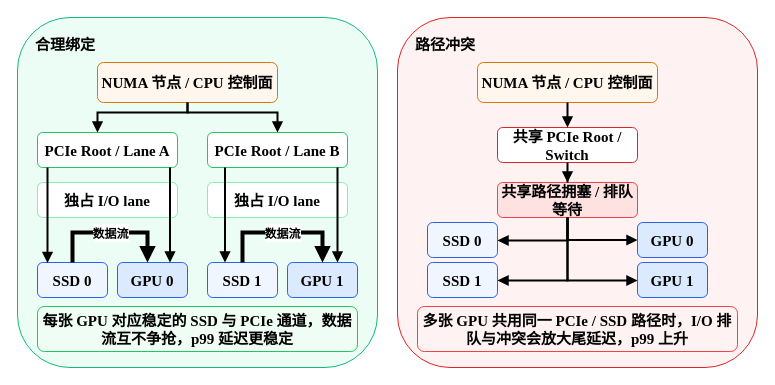
Before: figures/fig5_3_topology_aware_io_lane.drawio in HuangEven/latex-template, a draw.io diagram. Source tidied: cells renumbered, new cells numbered last; positions are measured from the earlier drawing's top-left corner, leaving out a move shared by most shapes. Both pictures are drawn from the tidied source at 100%, with x=0, y=0 at pixel (17, 17).
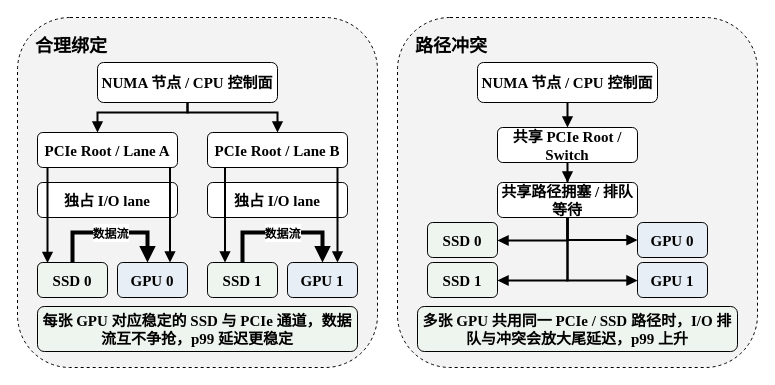
The same page after the edit.

Change to the diagram source:
```diff
@@
-    <mxCell id="2" value="合理绑定" style="rounded=1;whiteSpace=wrap;html=1;fillColor=#ECFDF5;strokeColor=#10B981;fontStyle=1;fontSize=15;align=left;spacingLeft=16;verticalAlign=top;spacingTop=12;fontColor=#000000;fontFamily=Times New Roman;" parent="1" vertex="1">
+    <mxCell id="2" value="&lt;font style=&quot;font-size: 18px;&quot;&gt;合理绑定&lt;/font&gt;" style="rounded=1;whiteSpace=wrap;html=1;fillColor=#F3F3F3;strokeColor=#000000;fontStyle=1;fontSize=15;align=left;spacingLeft=16;verticalAlign=top;spacingTop=12;fontColor=#000000;fontFamily=Times New Roman;dashed=1;" parent="1" vertex="1">
       <mxGeometry width="360" height="350" as="geometry" />
     </mxCell>
-    <mxCell id="3" value="路径冲突" style="rounded=1;whiteSpace=wrap;html=1;fillColor=#FEF2F2;strokeColor=#DC2626;fontStyle=1;fontSize=15;align=left;spacingLeft=16;verticalAlign=top;spacingTop=12;fontColor=#000000;fontFamily=Times New Roman;" parent="1" vertex="1">
+    <mxCell id="3" value="&lt;font style=&quot;font-size: 18px;&quot;&gt;路径冲突&lt;/font&gt;" style="rounded=1;whiteSpace=wrap;html=1;fillColor=#F3F3F3;strokeColor=#000000;fontStyle=1;fontSize=15;align=left;spacingLeft=16;verticalAlign=top;spacingTop=12;fontColor=#000000;fontFamily=Times New Roman;dashed=1;" parent="1" vertex="1">
       <mxGeometry x="380" width="360" height="350" as="geometry" />
     </mxCell>
-    <mxCell id="4" value="NUMA 节点 / CPU 控制面" style="rounded=1;whiteSpace=wrap;html=1;fillColor=#FFF7ED;strokeColor=#D97706;fontStyle=1;fontSize=15;fontColor=#000000;fontFamily=Times New Roman;" parent="1" vertex="1">
+    <mxCell id="4" value="NUMA 节点 / CPU 控制面" style="rounded=1;whiteSpace=wrap;html=1;fontStyle=1;fontSize=15;fontFamily=Times New Roman;" parent="1" vertex="1">
       <mxGeometry x="80" y="45" width="180" height="40" as="geometry" />
     </mxCell>
-    <mxCell id="5" value="PCIe Root / Lane A" style="rounded=1;whiteSpace=wrap;html=1;fillColor=#FFFFFF;strokeColor=#22C55E;fontStyle=1;fontSize=15;fontColor=#000000;fontFamily=Times New Roman;" parent="1" vertex="1">
+    <mxCell id="5" value="PCIe Root / Lane A" style="rounded=1;whiteSpace=wrap;html=1;fillColor=#FFFFFF;strokeColor=#000000;fontStyle=1;fontSize=15;fontColor=#000000;fontFamily=Times New Roman;" parent="1" vertex="1">
       <mxGeometry x="20" y="115" width="140" height="35" as="geometry" />
     </mxCell>
-    <mxCell id="6" value="PCIe Root / Lane B" style="rounded=1;whiteSpace=wrap;html=1;fillColor=#FFFFFF;strokeColor=#22C55E;fontStyle=1;fontSize=15;fontColor=#000000;fontFamily=Times New Roman;" parent="1" vertex="1">
+    <mxCell id="6" value="PCIe Root / Lane B" style="rounded=1;whiteSpace=wrap;html=1;fillColor=#FFFFFF;strokeColor=#000000;fontStyle=1;fontSize=15;fontColor=#000000;fontFamily=Times New Roman;" parent="1" vertex="1">
       <mxGeometry x="190" y="115" width="140" height="35" as="geometry" />
     </mxCell>
-    <mxCell id="7" value="SSD 0" style="rounded=1;whiteSpace=wrap;html=1;fillColor=#EFF6FF;strokeColor=#2563EB;fontSize=15;fontStyle=1;fontColor=#000000;fontFamily=Times New Roman;" parent="1" vertex="1">
+    <mxCell id="7" value="SSD 0" style="rounded=1;whiteSpace=wrap;html=1;fillColor=#EEF5EE;strokeColor=#000000;fontSize=15;fontStyle=1;fontColor=#000000;fontFamily=Times New Roman;" parent="1" vertex="1">
       <mxGeometry x="20" y="245" width="70" height="35" as="geometry" />
     </mxCell>
-    <mxCell id="8" value="GPU 0" style="rounded=1;whiteSpace=wrap;html=1;fillColor=#DBEAFE;strokeColor=#2563EB;fontSize=15;fontStyle=1;fontColor=#000000;fontFamily=Times New Roman;" parent="1" vertex="1">
+    <mxCell id="8" value="GPU 0" style="rounded=1;whiteSpace=wrap;html=1;fillColor=#E8EEF5;strokeColor=#000000;fontSize=15;fontStyle=1;fontColor=#000000;fontFamily=Times New Roman;" parent="1" vertex="1">
       <mxGeometry x="100" y="245" width="70" height="35" as="geometry" />
     </mxCell>
-    <mxCell id="9" value="SSD 1" style="rounded=1;whiteSpace=wrap;html=1;fillColor=#EFF6FF;strokeColor=#2563EB;fontSize=15;fontStyle=1;fontColor=#000000;fontFamily=Times New Roman;" parent="1" vertex="1">
+    <mxCell id="9" value="SSD 1" style="rounded=1;whiteSpace=wrap;html=1;fillColor=#EEF5EE;strokeColor=#000000;fontSize=15;fontStyle=1;fontColor=#000000;fontFamily=Times New Roman;" parent="1" vertex="1">
       <mxGeometry x="190" y="245" width="70" height="35" as="geometry" />
     </mxCell>
-    <mxCell id="10" value="GPU 1" style="rounded=1;whiteSpace=wrap;html=1;fillColor=#DBEAFE;strokeColor=#2563EB;fontSize=15;fontStyle=1;rotation=0;fontColor=#000000;fontFamily=Times New Roman;" parent="1" vertex="1">
+    <mxCell id="10" value="GPU 1" style="rounded=1;whiteSpace=wrap;html=1;fillColor=#E8EEF5;strokeColor=#000000;fontSize=15;fontStyle=1;rotation=0;fontColor=#000000;fontFamily=Times New Roman;" parent="1" vertex="1">
       <mxGeometry x="270" y="245" width="70" height="35" as="geometry" />
     </mxCell>
-    <mxCell id="11" value="独占 I/O lane" style="rounded=1;whiteSpace=wrap;html=1;fillColor=#FFFFFF;strokeColor=#86EFAC;fontSize=15;fontColor=#000000;fontStyle=1;fontFamily=Times New Roman;" parent="1" vertex="1">
+    <mxCell id="11" value="独占 I/O lane" style="rounded=1;whiteSpace=wrap;html=1;fontSize=15;fontStyle=1;fontFamily=Times New Roman;" parent="1" vertex="1">
       <mxGeometry x="20" y="165" width="140" height="35" as="geometry" />
     </mxCell>
-    <mxCell id="12" value="独占 I/O lane" style="rounded=1;whiteSpace=wrap;html=1;fillColor=#FFFFFF;strokeColor=#86EFAC;fontSize=15;fontColor=#000000;fontStyle=1;fontFamily=Times New Roman;" parent="1" vertex="1">
+    <mxCell id="12" value="独占 I/O lane" style="rounded=1;whiteSpace=wrap;html=1;fontSize=15;fontStyle=1;fontFamily=Times New Roman;" parent="1" vertex="1">
       <mxGeometry x="190" y="165" width="140" height="35" as="geometry" />
     </mxCell>
-    <mxCell id="13" value="每张 GPU 对应稳定的 SSD 与 PCIe 通道，数据流互不争抢，p99 延迟更稳定" style="rounded=1;whiteSpace=wrap;html=1;fillColor=#F0FDF4;strokeColor=#22C55E;fontSize=15;fontStyle=1;fontColor=#000000;rotation=0;fontFamily=Times New Roman;" parent="1" vertex="1">
+    <mxCell id="13" value="每张 GPU 对应稳定的 SSD 与 PCIe 通道，数据流互不争抢，p99 延迟更稳定" style="rounded=1;whiteSpace=wrap;html=1;fillColor=#EEF5EE;strokeColor=#000000;fontSize=15;fontStyle=1;fontColor=#000000;rotation=0;fontFamily=Times New Roman;" parent="1" vertex="1">
       <mxGeometry x="20" y="289" width="320" height="45" as="geometry" />
     </mxCell>
-    <mxCell id="14" value="NUMA 节点 / CPU 控制面" style="rounded=1;whiteSpace=wrap;html=1;fillColor=#FFF7ED;strokeColor=#D97706;fontStyle=1;fontSize=15;rotation=0;fontColor=#000000;fontFamily=Times New Roman;" parent="1" vertex="1">
+    <mxCell id="14" value="NUMA 节点 / CPU 控制面" style="rounded=1;whiteSpace=wrap;html=1;fontStyle=1;fontSize=15;rotation=0;fontFamily=Times New Roman;" parent="1" vertex="1">
       <mxGeometry x="460" y="45" width="180" height="40" as="geometry" />
     </mxCell>
-    <mxCell id="15" value="共享 PCIe Root / Switch" style="rounded=1;whiteSpace=wrap;html=1;fillColor=#FFFFFF;strokeColor=#DC2626;fontStyle=1;fontSize=15;fontColor=#000000;fontFamily=Times New Roman;" parent="1" vertex="1">
+    <mxCell id="15" value="共享 PCIe Root / Switch" style="rounded=1;whiteSpace=wrap;html=1;fillColor=#FFFFFF;strokeColor=#000000;fontStyle=1;fontSize=15;fontColor=#000000;fontFamily=Times New Roman;" parent="1" vertex="1">
       <mxGeometry x="480" y="110" width="140" height="35" as="geometry" />
     </mxCell>
@@
-    <mxCell id="17" value="共享路径拥塞 / 排队等待" style="rounded=1;whiteSpace=wrap;html=1;fillColor=#FEE2E2;strokeColor=#EF4444;fontStyle=1;fontSize=15;fontColor=#000000;fontFamily=Times New Roman;" parent="1" vertex="1">
+    <mxCell id="17" value="共享路径拥塞 / 排队等待" style="rounded=1;whiteSpace=wrap;html=1;fillColor=#FFFFFF;strokeColor=#000000;fontStyle=1;fontSize=15;fontColor=#000000;fontFamily=Times New Roman;" parent="1" vertex="1">
       <mxGeometry x="480" y="165" width="140" height="35" as="geometry" />
     </mxCell>
-    <mxCell id="18" value="SSD 0" style="rounded=1;whiteSpace=wrap;html=1;fillColor=#EFF6FF;strokeColor=#2563EB;fontSize=15;fontStyle=1;fontColor=#000000;fontFamily=Times New Roman;" parent="1" vertex="1">
+    <mxCell id="18" value="SSD 0" style="rounded=1;whiteSpace=wrap;html=1;fillColor=#EEF5EE;strokeColor=#000000;fontSize=15;fontStyle=1;fontColor=#000000;fontFamily=Times New Roman;" parent="1" vertex="1">
       <mxGeometry x="410" y="205" width="70" height="35" as="geometry" />
     </mxCell>
-    <mxCell id="19" value="SSD 1" style="rounded=1;whiteSpace=wrap;html=1;fillColor=#EFF6FF;strokeColor=#2563EB;fontSize=15;fontStyle=1;fontColor=#000000;fontFamily=Times New Roman;" parent="1" vertex="1">
+    <mxCell id="19" value="SSD 1" style="rounded=1;whiteSpace=wrap;html=1;fillColor=#EEF5EE;strokeColor=#000000;fontSize=15;fontStyle=1;fontColor=#000000;fontFamily=Times New Roman;" parent="1" vertex="1">
       <mxGeometry x="410" y="245" width="70" height="35" as="geometry" />
     </mxCell>
-    <mxCell id="20" value="GPU 0" style="rounded=1;whiteSpace=wrap;html=1;fillColor=#DBEAFE;strokeColor=#2563EB;fontSize=15;fontStyle=1;fontColor=#000000;fontFamily=Times New Roman;" parent="1" vertex="1">
+    <mxCell id="20" value="GPU 0" style="rounded=1;whiteSpace=wrap;html=1;fillColor=#E8EEF5;strokeColor=#000000;fontSize=15;fontStyle=1;fontColor=#000000;fontFamily=Times New Roman;" parent="1" vertex="1">
       <mxGeometry x="620" y="205" width="70" height="35" as="geometry" />
     </mxCell>
-    <mxCell id="21" value="多张 GPU 共用同一 PCIe / SSD 路径时，I/O 排队与冲突会放大尾延迟，p99 上升" style="rounded=1;whiteSpace=wrap;html=1;fillColor=#FEF2F2;strokeColor=#EF4444;fontSize=15;fontStyle=1;fontColor=#000000;rotation=0;fontFamily=Times New Roman;" parent="1" vertex="1">
+    <mxCell id="21" value="多张 GPU 共用同一 PCIe / SSD 路径时，I/O 排队与冲突会放大尾延迟，p99 上升" style="rounded=1;whiteSpace=wrap;html=1;fillColor=#EEF5EE;strokeColor=#000000;fontSize=15;fontStyle=1;fontColor=#000000;rotation=0;fontFamily=Times New Roman;" parent="1" vertex="1">
       <mxGeometry x="400" y="289" width="320" height="45" as="geometry" />
     </mxCell>
@@
-    <mxCell id="35" value="GPU 1" style="rounded=1;whiteSpace=wrap;html=1;fillColor=#DBEAFE;strokeColor=#2563EB;fontSize=15;fontStyle=1;fontColor=#000000;fontFamily=Times New Roman;" parent="1" vertex="1">
+    <mxCell id="35" value="GPU 1" style="rounded=1;whiteSpace=wrap;html=1;fillColor=#E8EEF5;strokeColor=#000000;fontSize=15;fontStyle=1;fontColor=#000000;fontFamily=Times New Roman;" parent="1" vertex="1">
       <mxGeometry x="620" y="245" width="70" height="35" as="geometry" />
     </mxCell>
```
